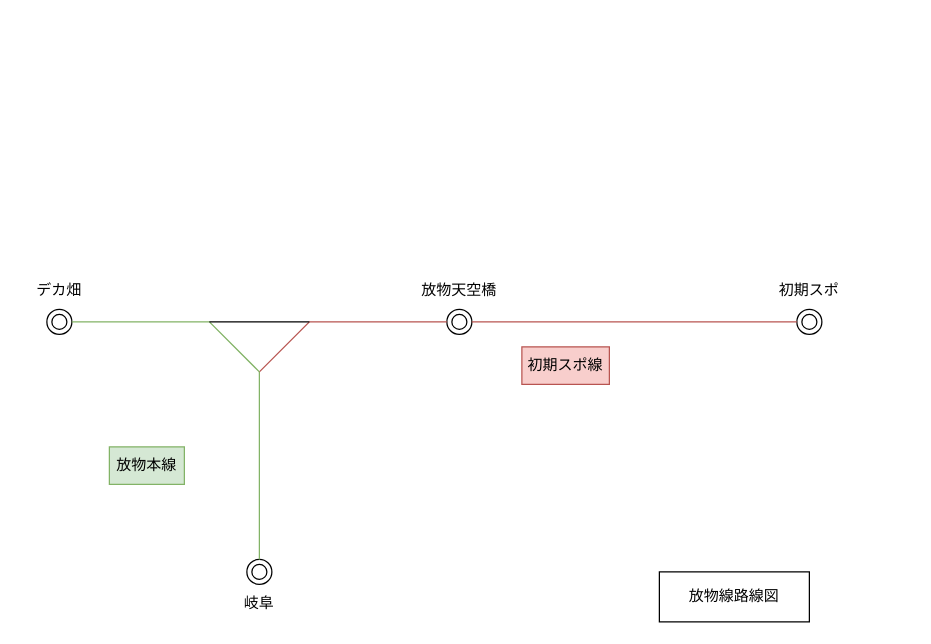
chainsawsteel1/chainsawsteel1 keeps this draw.io diagram as 名称未設定ファイル.drawio. Above is the earlier version. Source tidied: cells renumbered, new cells numbered last; positions are measured from the earlier drawing's top-left corner, leaving out a move shared by most shapes. Both pictures are drawn from the tidied source at 125%, with x=0, y=0 at pixel (21, 271).
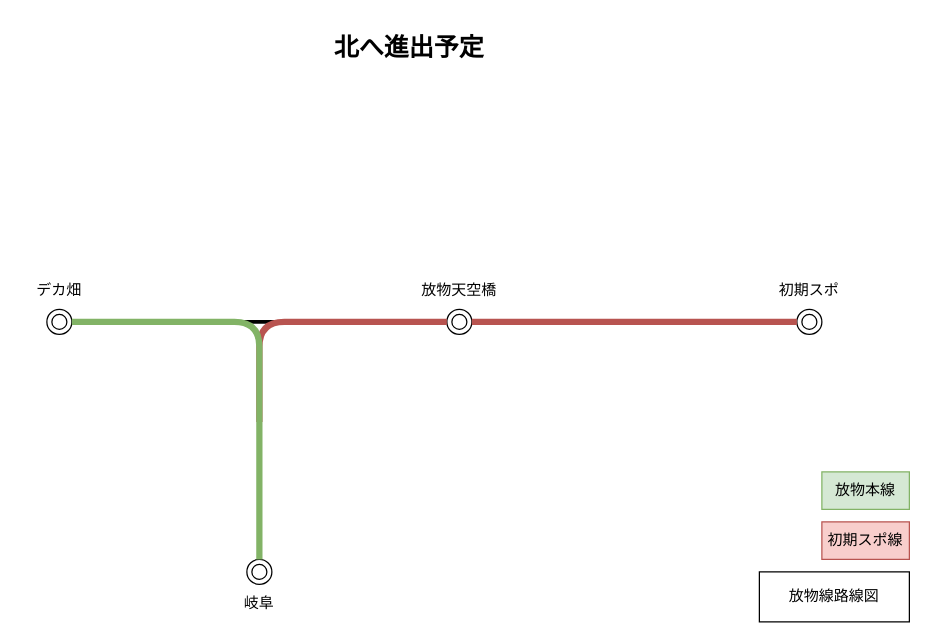
The same diagram, later.

Commit message (it also covers changes not shown here):
名称未設定ファイル.drawio を更新します

Unchanged cells that the change refers to:
```xml
<mxCell id="2" style="ellipse;shape=doubleEllipse;whiteSpace=wrap;html=1;" parent="1" vertex="1">
  <mxGeometry x="20" y="30" width="20" height="20" as="geometry" />
</mxCell>
<mxCell id="4" style="ellipse;shape=doubleEllipse;whiteSpace=wrap;html=1;" parent="1" vertex="1">
  <mxGeometry x="620" y="30" width="20" height="20" as="geometry" />
</mxCell>
<mxCell id="5" style="ellipse;shape=doubleEllipse;whiteSpace=wrap;html=1;" parent="1" vertex="1">
  <mxGeometry x="340" y="30" width="20" height="20" as="geometry" />
</mxCell>
```

Diff of the diagram source:
```diff
@@
+    <mxCell id="3" style="ellipse;shape=doubleEllipse;whiteSpace=wrap;html=1;" parent="1" vertex="1">
+      <mxGeometry x="180" y="230" width="20" height="20" as="geometry" />
+    </mxCell>
@@
-    <mxCell id="3" style="ellipse;shape=doubleEllipse;whiteSpace=wrap;html=1;" parent="1" vertex="1">
-      <mxGeometry x="180" y="230" width="20" height="20" as="geometry" />
-    </mxCell>
@@
-    <mxCell id="6" style="endArrow=none;html=1;rounded=0;exitX=0.5;exitY=0;exitDx=0;exitDy=0;fillColor=#d5e8d4;strokeColor=#82b366;" parent="1" edge="1" source="3">
-      <mxGeometry relative="1" as="geometry">
-        <mxPoint x="190" y="80" as="targetPoint" />
-      </mxGeometry>
-    </mxCell>
-    <mxCell id="7" style="endArrow=none;html=1;rounded=0;entryX=0;entryY=0.5;entryDx=0;entryDy=0;fillColor=#f8cecc;strokeColor=#b85450;" parent="1" edge="1" target="5">
-      <mxGeometry relative="1" as="geometry">
-        <mxPoint x="190" y="80" as="sourcePoint" />
-        <Array as="points">
-          <mxPoint x="230" y="40" />
-        </Array>
-      </mxGeometry>
-    </mxCell>
-    <mxCell id="8" style="endArrow=none;html=1;rounded=0;entryX=0;entryY=0.5;entryDx=0;entryDy=0;exitX=1;exitY=0.5;exitDx=0;exitDy=0;fillColor=#f8cecc;strokeColor=#b85450;" parent="1" edge="1" source="5" target="4">
+    <mxCell id="8" style="endArrow=none;html=1;rounded=0;entryX=0;entryY=0.5;entryDx=0;entryDy=0;exitX=1;exitY=0.5;exitDx=0;exitDy=0;fillColor=#f8cecc;strokeColor=#b85450;strokeWidth=5;" parent="1" edge="1" source="5" target="4">
       <mxGeometry relative="1" as="geometry" />
     </mxCell>
-    <mxCell id="9" style="endArrow=none;html=1;rounded=0;entryX=1;entryY=0.5;entryDx=0;entryDy=0;fillColor=#d5e8d4;strokeColor=#82b366;" parent="1" edge="1" target="2">
-      <mxGeometry relative="1" as="geometry">
-        <mxPoint x="190" y="80" as="sourcePoint" />
-        <Array as="points">
-          <mxPoint x="150" y="40" />
-        </Array>
-      </mxGeometry>
-    </mxCell>
-    <mxCell id="10" style="endArrow=none;html=1;rounded=0;" parent="1" edge="1">
-      <mxGeometry relative="1" as="geometry">
-        <mxPoint x="150" y="40" as="sourcePoint" />
-        <mxPoint x="230" y="40" as="targetPoint" />
-      </mxGeometry>
-    </mxCell>
@@
     <mxCell id="15" value="放物本線" style="text;html=1;align=center;verticalAlign=middle;whiteSpace=wrap;rounded=0;fillColor=#d5e8d4;strokeColor=#82b366;" parent="1" vertex="1">
-      <mxGeometry x="70" y="140" width="60" height="30" as="geometry" />
+      <mxGeometry x="640" y="160" width="70" height="30" as="geometry" />
     </mxCell>
     <mxCell id="16" value="初期スポ線" style="text;html=1;align=center;verticalAlign=middle;whiteSpace=wrap;rounded=0;fillColor=#f8cecc;strokeColor=#b85450;" parent="1" vertex="1">
-      <mxGeometry x="400" y="60" width="70" height="30" as="geometry" />
+      <mxGeometry x="640" y="200" width="70" height="30" as="geometry" />
     </mxCell>
     <mxCell id="17" value="放物線路線図" style="rounded=0;whiteSpace=wrap;html=1;" parent="1" vertex="1">
-      <mxGeometry x="510" y="240" width="120" height="40" as="geometry" />
+      <mxGeometry x="590" y="240" width="120" height="40" as="geometry" />
     </mxCell>
+    <mxCell id="18" style="endArrow=none;html=1;rounded=0;strokeWidth=3;entryX=0;entryY=0.5;entryDx=0;entryDy=0;exitX=1;exitY=0.5;exitDx=0;exitDy=0;" parent="1" edge="1" source="2" target="5">
+      <mxGeometry relative="1" as="geometry" />
+    </mxCell>
+    <mxCell id="19" style="endArrow=none;html=1;rounded=0;fillColor=#f8cecc;strokeColor=#b85450;strokeWidth=5;entryX=0;entryY=0.5;entryDx=0;entryDy=0;curved=1;" parent="1" edge="1" target="5">
+      <mxGeometry relative="1" as="geometry">
+        <mxPoint x="190" y="120" as="sourcePoint" />
+        <Array as="points">
+          <mxPoint x="190" y="80" />
+          <mxPoint x="190" y="40" />
+          <mxPoint x="230" y="40" />
+        </Array>
+      </mxGeometry>
+    </mxCell>
+    <mxCell id="20" style="endArrow=none;html=1;rounded=0;fillColor=#d5e8d4;strokeColor=#82b366;strokeWidth=5;exitX=1;exitY=0.5;exitDx=0;exitDy=0;entryX=0.5;entryY=0;entryDx=0;entryDy=0;curved=1;" parent="1" edge="1" source="2" target="3">
+      <mxGeometry relative="1" as="geometry">
+        <Array as="points">
+          <mxPoint x="150" y="40" />
+          <mxPoint x="190" y="40" />
+          <mxPoint x="190" y="80" />
+        </Array>
+      </mxGeometry>
+    </mxCell>
+    <mxCell id="21" value="&lt;font style=&quot;font-size: 20px;&quot;&gt;&lt;b&gt;北へ進出予定&lt;/b&gt;&lt;/font&gt;" style="text;html=1;align=center;verticalAlign=middle;whiteSpace=wrap;rounded=0;" parent="1" vertex="1">
+      <mxGeometry x="230" y="-200" width="160" height="40" as="geometry" />
+    </mxCell>
```
